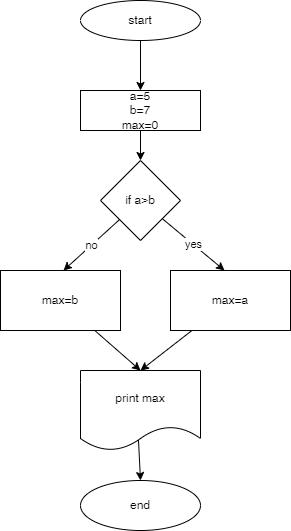
Before: Homework/Homework_001/Task001/diagram.drawio.png, a diagram exported from draw.io (antvork/ccharp). Source tidied: cells renumbered, new cells last; positions are measured from the earlier drawing's top-left corner, leaving out a move shared by most shapes. Source of this version:
```xml
<mxGraphModel>
  <root>
    <mxCell id="0" />
    <mxCell id="1" parent="0" />
    <mxCell id="2" style="edgeStyle=none;html=1;" parent="1" edge="1" source="3" target="5">
      <mxGeometry relative="1" as="geometry" />
    </mxCell>
    <mxCell id="3" value="start" style="ellipse;whiteSpace=wrap;html=1;" parent="1" vertex="1">
      <mxGeometry x="80" width="120" height="40" as="geometry" />
    </mxCell>
    <mxCell id="4" style="edgeStyle=none;html=1;" parent="1" edge="1" source="5" target="8">
      <mxGeometry relative="1" as="geometry" />
    </mxCell>
    <mxCell id="5" value="a=5&lt;br&gt;b=7&lt;br&gt;max=0" style="whiteSpace=wrap;html=1;" parent="1" vertex="1">
      <mxGeometry x="80" y="90" width="120" height="40" as="geometry" />
    </mxCell>
    <mxCell id="6" value="yes" style="edgeStyle=none;html=1;" parent="1" edge="1" source="8">
      <mxGeometry relative="1" as="geometry">
        <mxPoint x="224" y="270" as="targetPoint" />
      </mxGeometry>
    </mxCell>
    <mxCell id="7" value="no" style="edgeStyle=none;html=1;" parent="1" edge="1" source="8">
      <mxGeometry relative="1" as="geometry">
        <mxPoint x="63" y="270" as="targetPoint" />
      </mxGeometry>
    </mxCell>
    <mxCell id="8" value="if a&amp;gt;b" style="rhombus;whiteSpace=wrap;html=1;" parent="1" vertex="1">
      <mxGeometry x="100" y="160" width="80" height="80" as="geometry" />
    </mxCell>
    <mxCell id="9" value="end" style="ellipse;whiteSpace=wrap;html=1;" parent="1" vertex="1">
      <mxGeometry x="80" y="480" width="120" height="50" as="geometry" />
    </mxCell>
    <mxCell id="10" style="edgeStyle=none;html=1;entryX=0.5;entryY=0;entryDx=0;entryDy=0;" parent="1" edge="1" source="11" target="15">
      <mxGeometry relative="1" as="geometry" />
    </mxCell>
    <mxCell id="11" value="max=a" style="rounded=0;whiteSpace=wrap;html=1;" parent="1" vertex="1">
      <mxGeometry x="170" y="270" width="120" height="60" as="geometry" />
    </mxCell>
    <mxCell id="12" style="edgeStyle=none;html=1;" parent="1" edge="1" source="13">
      <mxGeometry relative="1" as="geometry">
        <mxPoint x="140" y="370" as="targetPoint" />
      </mxGeometry>
    </mxCell>
    <mxCell id="13" value="max=b" style="rounded=0;whiteSpace=wrap;html=1;" parent="1" vertex="1">
      <mxGeometry y="270" width="120" height="60" as="geometry" />
    </mxCell>
    <mxCell id="14" style="edgeStyle=none;html=1;entryX=0.5;entryY=0;entryDx=0;entryDy=0;exitX=0.483;exitY=0.863;exitDx=0;exitDy=0;exitPerimeter=0;" parent="1" edge="1" source="15" target="9">
      <mxGeometry relative="1" as="geometry" />
    </mxCell>
    <mxCell id="15" value="print max" style="shape=document;whiteSpace=wrap;html=1;boundedLbl=1;" parent="1" vertex="1">
      <mxGeometry x="80" y="370" width="120" height="80" as="geometry" />
    </mxCell>
  </root>
</mxGraphModel>
```
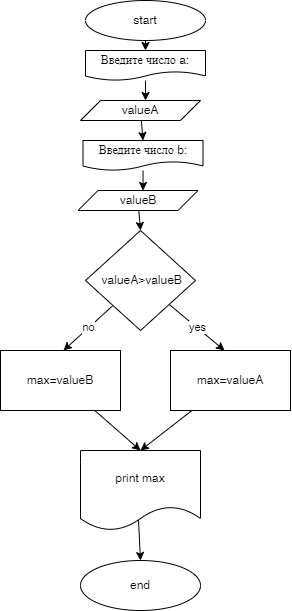
Above is the later version.

The edit, as a diff of the source:
```diff
@@ -2,18 +2,12 @@
   <root>
     <mxCell id="0" />
     <mxCell id="1" parent="0" />
-    <mxCell id="2" style="edgeStyle=none;html=1;" parent="1" edge="1" source="3" target="5">
-      <mxGeometry relative="1" as="geometry" />
-    </mxCell>
+    <mxCell id="16" style="edgeStyle=none;html=1;entryX=0.5;entryY=0;entryDx=0;entryDy=0;" parent="1" edge="1" source="3" target="18">
+      <mxGeometry relative="1" as="geometry" />
+    </mxCell>
     <mxCell id="3" value="start" style="ellipse;whiteSpace=wrap;html=1;" parent="1" vertex="1">
-      <mxGeometry x="80" width="120" height="40" as="geometry" />
+      <mxGeometry x="85" y="-80" width="120" height="40" as="geometry" />
     </mxCell>
-    <mxCell id="4" style="edgeStyle=none;html=1;" parent="1" edge="1" source="5" target="8">
-      <mxGeometry relative="1" as="geometry" />
-    </mxCell>
-    <mxCell id="5" value="a=5&lt;br&gt;b=7&lt;br&gt;max=0" style="whiteSpace=wrap;html=1;" parent="1" vertex="1">
-      <mxGeometry x="80" y="90" width="120" height="40" as="geometry" />
-    </mxCell>
     <mxCell id="6" value="yes" style="edgeStyle=none;html=1;" parent="1" edge="1" source="8">
       <mxGeometry relative="1" as="geometry">
         <mxPoint x="224" y="270" as="targetPoint" />
@@ -24,8 +18,8 @@
         <mxPoint x="63" y="270" as="targetPoint" />
       </mxGeometry>
     </mxCell>
-    <mxCell id="8" value="if a&amp;gt;b" style="rhombus;whiteSpace=wrap;html=1;" parent="1" vertex="1">
-      <mxGeometry x="100" y="160" width="80" height="80" as="geometry" />
+    <mxCell id="8" value="&amp;nbsp;valueA&amp;gt;valueB" style="rhombus;whiteSpace=wrap;html=1;" parent="1" vertex="1">
+      <mxGeometry x="85" y="150" width="110" height="100" as="geometry" />
     </mxCell>
     <mxCell id="9" value="end" style="ellipse;whiteSpace=wrap;html=1;" parent="1" vertex="1">
       <mxGeometry x="80" y="480" width="120" height="50" as="geometry" />
@@ -33,7 +27,7 @@
     <mxCell id="10" style="edgeStyle=none;html=1;entryX=0.5;entryY=0;entryDx=0;entryDy=0;" parent="1" edge="1" source="11" target="15">
       <mxGeometry relative="1" as="geometry" />
     </mxCell>
-    <mxCell id="11" value="max=a" style="rounded=0;whiteSpace=wrap;html=1;" parent="1" vertex="1">
+    <mxCell id="11" value="max=valueA" style="rounded=0;whiteSpace=wrap;html=1;" parent="1" vertex="1">
       <mxGeometry x="170" y="270" width="120" height="60" as="geometry" />
     </mxCell>
     <mxCell id="12" style="edgeStyle=none;html=1;" parent="1" edge="1" source="13">
@@ -41,7 +35,7 @@
         <mxPoint x="140" y="370" as="targetPoint" />
       </mxGeometry>
     </mxCell>
-    <mxCell id="13" value="max=b" style="rounded=0;whiteSpace=wrap;html=1;" parent="1" vertex="1">
+    <mxCell id="13" value="max=valueB" style="rounded=0;whiteSpace=wrap;html=1;" parent="1" vertex="1">
       <mxGeometry y="270" width="120" height="60" as="geometry" />
     </mxCell>
     <mxCell id="14" style="edgeStyle=none;html=1;entryX=0.5;entryY=0;entryDx=0;entryDy=0;exitX=0.483;exitY=0.863;exitDx=0;exitDy=0;exitPerimeter=0;" parent="1" edge="1" source="15" target="9">
@@ -50,5 +44,29 @@
     <mxCell id="15" value="print max" style="shape=document;whiteSpace=wrap;html=1;boundedLbl=1;" parent="1" vertex="1">
       <mxGeometry x="80" y="370" width="120" height="80" as="geometry" />
     </mxCell>
+    <mxCell id="17" style="edgeStyle=none;html=1;entryX=0.542;entryY=0;entryDx=0;entryDy=0;entryPerimeter=0;" parent="1" edge="1" source="18" target="20">
+      <mxGeometry relative="1" as="geometry" />
+    </mxCell>
+    <mxCell id="18" value="Введите число a:" style="shape=document;whiteSpace=wrap;html=1;boundedLbl=1;" parent="1" vertex="1">
+      <mxGeometry x="85" y="-30" width="120" height="30" as="geometry" />
+    </mxCell>
+    <mxCell id="19" style="edgeStyle=none;html=1;entryX=0.5;entryY=0;entryDx=0;entryDy=0;" parent="1" edge="1" source="20" target="22">
+      <mxGeometry relative="1" as="geometry" />
+    </mxCell>
+    <mxCell id="20" value="valueA" style="shape=parallelogram;perimeter=parallelogramPerimeter;whiteSpace=wrap;html=1;fixedSize=1;" parent="1" vertex="1">
+      <mxGeometry x="80" y="20" width="120" height="20" as="geometry" />
+    </mxCell>
+    <mxCell id="21" style="edgeStyle=none;html=1;entryX=0.542;entryY=0;entryDx=0;entryDy=0;entryPerimeter=0;" parent="1" edge="1" source="22" target="24">
+      <mxGeometry relative="1" as="geometry" />
+    </mxCell>
+    <mxCell id="22" value="Введите число b:" style="shape=document;whiteSpace=wrap;html=1;boundedLbl=1;" parent="1" vertex="1">
+      <mxGeometry x="82.5" y="60" width="120" height="30" as="geometry" />
+    </mxCell>
+    <mxCell id="23" style="edgeStyle=none;html=1;entryX=0.5;entryY=0;entryDx=0;entryDy=0;" parent="1" edge="1" source="24" target="8">
+      <mxGeometry relative="1" as="geometry" />
+    </mxCell>
+    <mxCell id="24" value="valueB" style="shape=parallelogram;perimeter=parallelogramPerimeter;whiteSpace=wrap;html=1;fixedSize=1;" parent="1" vertex="1">
+      <mxGeometry x="77.5" y="110" width="120" height="20" as="geometry" />
+    </mxCell>
   </root>
 </mxGraphModel>
```
